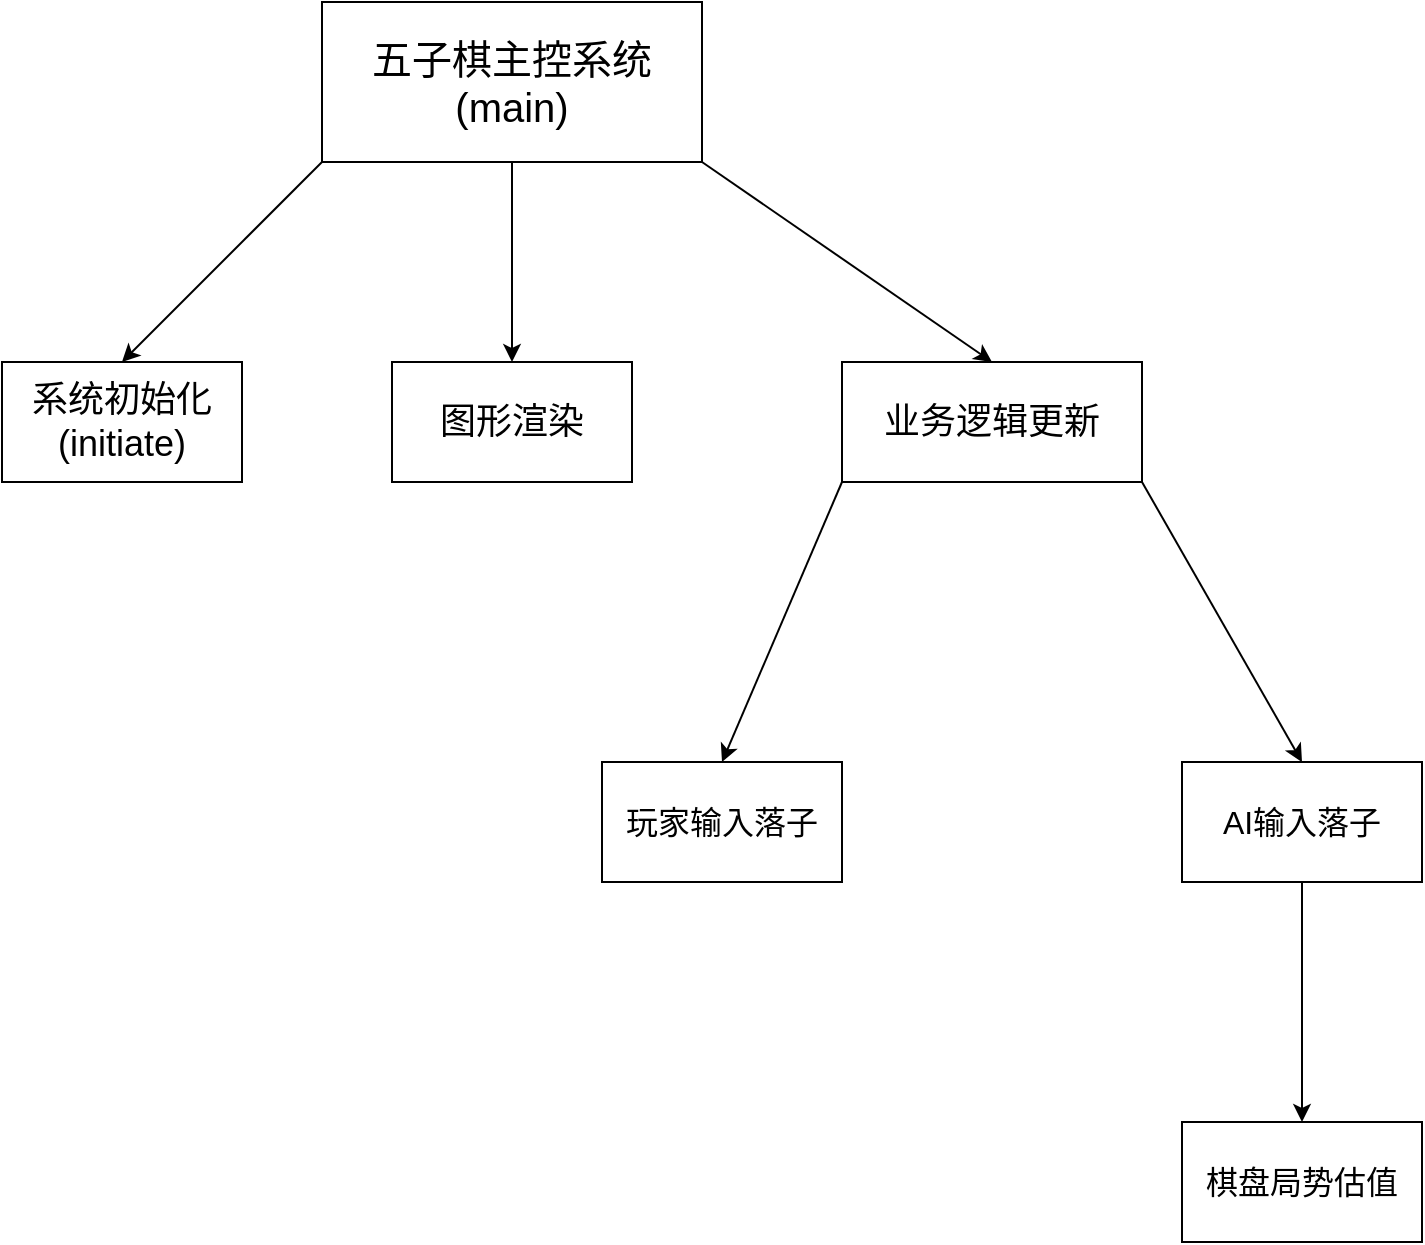
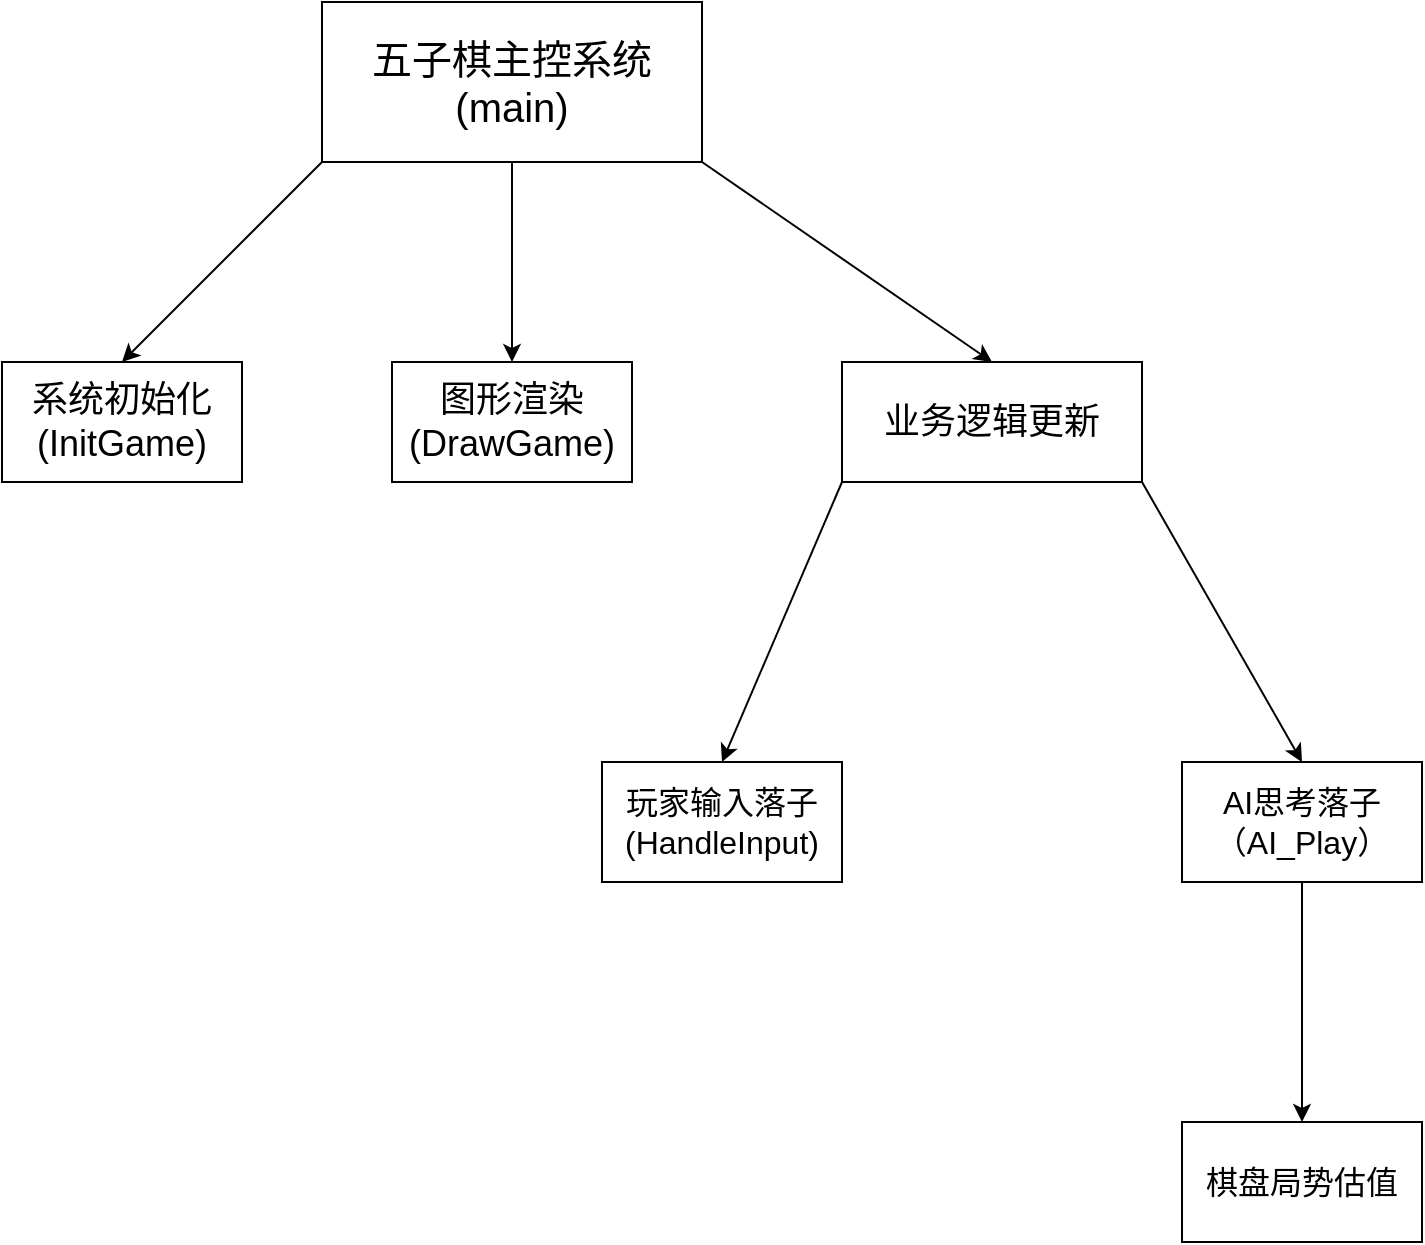
<mxfile host="app.diagrams.net">
  <diagram name="第 1 页" id="6xUhiLo2wfzWYMqrNlDq">
    <mxGraphModel dx="2054" dy="1198" grid="1" gridSize="10" guides="1" tooltips="1" connect="1" arrows="1" fold="1" page="1" pageScale="1" pageWidth="827" pageHeight="1169" math="0" shadow="0">
      <root>
        <mxCell id="0" />
        <mxCell id="1" parent="0" />
        <mxCell id="8LW64uSIi9CgH1aFV7yo-1" parent="1" style="rounded=0;whiteSpace=wrap;html=1;" value="&lt;font style=&quot;font-size: 20px;&quot;&gt;五子棋主控系统&lt;/font&gt;&lt;div&gt;&lt;span style=&quot;font-size: 20px;&quot;&gt;(main)&lt;/span&gt;&lt;/div&gt;" vertex="1">
          <mxGeometry height="80" width="190" x="180" y="230" as="geometry" />
        </mxCell>
        <mxCell id="8LW64uSIi9CgH1aFV7yo-2" edge="1" parent="1" source="8LW64uSIi9CgH1aFV7yo-1" style="endArrow=classic;html=1;rounded=0;entryX=0.5;entryY=0;entryDx=0;entryDy=0;exitX=0;exitY=1;exitDx=0;exitDy=0;" target="8LW64uSIi9CgH1aFV7yo-3" value="">
          <mxGeometry height="50" relative="1" width="50" as="geometry">
            <mxPoint x="319" y="330" as="sourcePoint" />
            <mxPoint x="160" y="419" as="targetPoint" />
          </mxGeometry>
        </mxCell>
-         <mxCell id="8LW64uSIi9CgH1aFV7yo-3" parent="1" style="rounded=0;whiteSpace=wrap;html=1;" value="&lt;font style=&quot;font-size: 18px;&quot;&gt;系统初始化&lt;/font&gt;&lt;div&gt;&lt;font style=&quot;font-size: 18px;&quot;&gt;(initiate)&lt;/font&gt;&lt;/div&gt;" vertex="1">
+         <mxCell id="8LW64uSIi9CgH1aFV7yo-3" parent="1" style="rounded=0;whiteSpace=wrap;html=1;" value="&lt;font style=&quot;font-size: 18px;&quot;&gt;系统初始化&lt;/font&gt;&lt;div&gt;&lt;font style=&quot;font-size: 18px;&quot;&gt;(InitGame)&lt;/font&gt;&lt;/div&gt;" vertex="1">
          <mxGeometry height="60" width="120" x="20" y="410" as="geometry" />
        </mxCell>
-         <mxCell id="8LW64uSIi9CgH1aFV7yo-4" parent="1" style="rounded=0;whiteSpace=wrap;html=1;" value="&lt;font style=&quot;font-size: 18px;&quot;&gt;图形渲染&lt;/font&gt;" vertex="1">
+         <mxCell id="8LW64uSIi9CgH1aFV7yo-4" parent="1" style="rounded=0;whiteSpace=wrap;html=1;" value="&lt;font style=&quot;font-size: 18px;&quot;&gt;图形渲染&lt;/font&gt;&lt;div&gt;&lt;font style=&quot;font-size: 18px;&quot;&gt;(DrawGame)&lt;/font&gt;&lt;/div&gt;" vertex="1">
          <mxGeometry height="60" width="120" x="215" y="410" as="geometry" />
        </mxCell>
        <mxCell id="8LW64uSIi9CgH1aFV7yo-6" edge="1" parent="1" source="8LW64uSIi9CgH1aFV7yo-1" style="endArrow=classic;html=1;rounded=0;entryX=0.5;entryY=0;entryDx=0;entryDy=0;exitX=0.5;exitY=1;exitDx=0;exitDy=0;" target="8LW64uSIi9CgH1aFV7yo-4" value="">
          <mxGeometry height="50" relative="1" width="50" as="geometry">
            <mxPoint x="410" y="330" as="sourcePoint" />
            <mxPoint x="364" y="380" as="targetPoint" />
          </mxGeometry>
        </mxCell>
        <mxCell id="8LW64uSIi9CgH1aFV7yo-7" parent="1" style="rounded=0;whiteSpace=wrap;html=1;" value="&lt;font style=&quot;font-size: 18px;&quot;&gt;业务逻辑更新&lt;/font&gt;" vertex="1">
          <mxGeometry height="60" width="150" x="440" y="410" as="geometry" />
        </mxCell>
        <mxCell id="8LW64uSIi9CgH1aFV7yo-9" edge="1" parent="1" source="8LW64uSIi9CgH1aFV7yo-1" style="endArrow=classic;html=1;rounded=0;entryX=0.5;entryY=0;entryDx=0;entryDy=0;exitX=1;exitY=1;exitDx=0;exitDy=0;" target="8LW64uSIi9CgH1aFV7yo-7" value="">
          <mxGeometry height="50" relative="1" width="50" as="geometry">
            <mxPoint x="509" y="330" as="sourcePoint" />
            <mxPoint x="459" y="380" as="targetPoint" />
          </mxGeometry>
        </mxCell>
-         <mxCell id="8LW64uSIi9CgH1aFV7yo-10" parent="1" style="rounded=0;whiteSpace=wrap;html=1;" value="&lt;font style=&quot;font-size: 16px;&quot;&gt;玩家输入落子&lt;/font&gt;" vertex="1">
+         <mxCell id="8LW64uSIi9CgH1aFV7yo-10" parent="1" style="rounded=0;whiteSpace=wrap;html=1;" value="&lt;font style=&quot;font-size: 16px;&quot;&gt;玩家输入落子&lt;/font&gt;&lt;div&gt;&lt;span style=&quot;font-size: 16px;&quot;&gt;(HandleInput)&lt;/span&gt;&lt;/div&gt;" vertex="1">
          <mxGeometry height="60" width="120" x="320" y="610" as="geometry" />
        </mxCell>
-         <mxCell id="8LW64uSIi9CgH1aFV7yo-11" parent="1" style="rounded=0;whiteSpace=wrap;html=1;" value="&lt;font style=&quot;font-size: 16px;&quot;&gt;AI输入落子&lt;/font&gt;" vertex="1">
+         <mxCell id="8LW64uSIi9CgH1aFV7yo-11" parent="1" style="rounded=0;whiteSpace=wrap;html=1;" value="&lt;font style=&quot;font-size: 16px;&quot;&gt;AI思考落子&lt;/font&gt;&lt;div&gt;&lt;font style=&quot;font-size: 16px;&quot;&gt;（AI_Play）&lt;/font&gt;&lt;/div&gt;" vertex="1">
          <mxGeometry height="60" width="120" x="610" y="610" as="geometry" />
        </mxCell>
        <mxCell id="8LW64uSIi9CgH1aFV7yo-12" edge="1" parent="1" style="endArrow=classic;html=1;rounded=0;entryX=0.5;entryY=0;entryDx=0;entryDy=0;" target="8LW64uSIi9CgH1aFV7yo-10" value="">
          <mxGeometry height="50" relative="1" width="50" as="geometry">
            <mxPoint x="440" y="470" as="sourcePoint" />
            <mxPoint x="390" y="520" as="targetPoint" />
          </mxGeometry>
        </mxCell>
        <mxCell id="8LW64uSIi9CgH1aFV7yo-13" edge="1" parent="1" source="8LW64uSIi9CgH1aFV7yo-7" style="endArrow=classic;html=1;rounded=0;entryX=0.5;entryY=0;entryDx=0;entryDy=0;exitX=1;exitY=1;exitDx=0;exitDy=0;" target="8LW64uSIi9CgH1aFV7yo-11" value="">
          <mxGeometry height="50" relative="1" width="50" as="geometry">
            <mxPoint x="470" y="520" as="sourcePoint" />
            <mxPoint x="410" y="660" as="targetPoint" />
          </mxGeometry>
        </mxCell>
        <mxCell id="8LW64uSIi9CgH1aFV7yo-15" parent="1" style="rounded=0;whiteSpace=wrap;html=1;" value="&lt;font style=&quot;font-size: 16px;&quot;&gt;棋盘局势估值&lt;/font&gt;" vertex="1">
          <mxGeometry height="60" width="120" x="610" y="790" as="geometry" />
        </mxCell>
        <mxCell id="8LW64uSIi9CgH1aFV7yo-16" edge="1" parent="1" source="8LW64uSIi9CgH1aFV7yo-11" style="endArrow=classic;html=1;rounded=0;entryX=0.5;entryY=0;entryDx=0;entryDy=0;exitX=0.5;exitY=1;exitDx=0;exitDy=0;" target="8LW64uSIi9CgH1aFV7yo-15" value="">
          <mxGeometry height="50" relative="1" width="50" as="geometry">
            <mxPoint x="414" y="655" as="sourcePoint" />
            <mxPoint x="494" y="795" as="targetPoint" />
          </mxGeometry>
        </mxCell>
      </root>
    </mxGraphModel>
  </diagram>
</mxfile>
